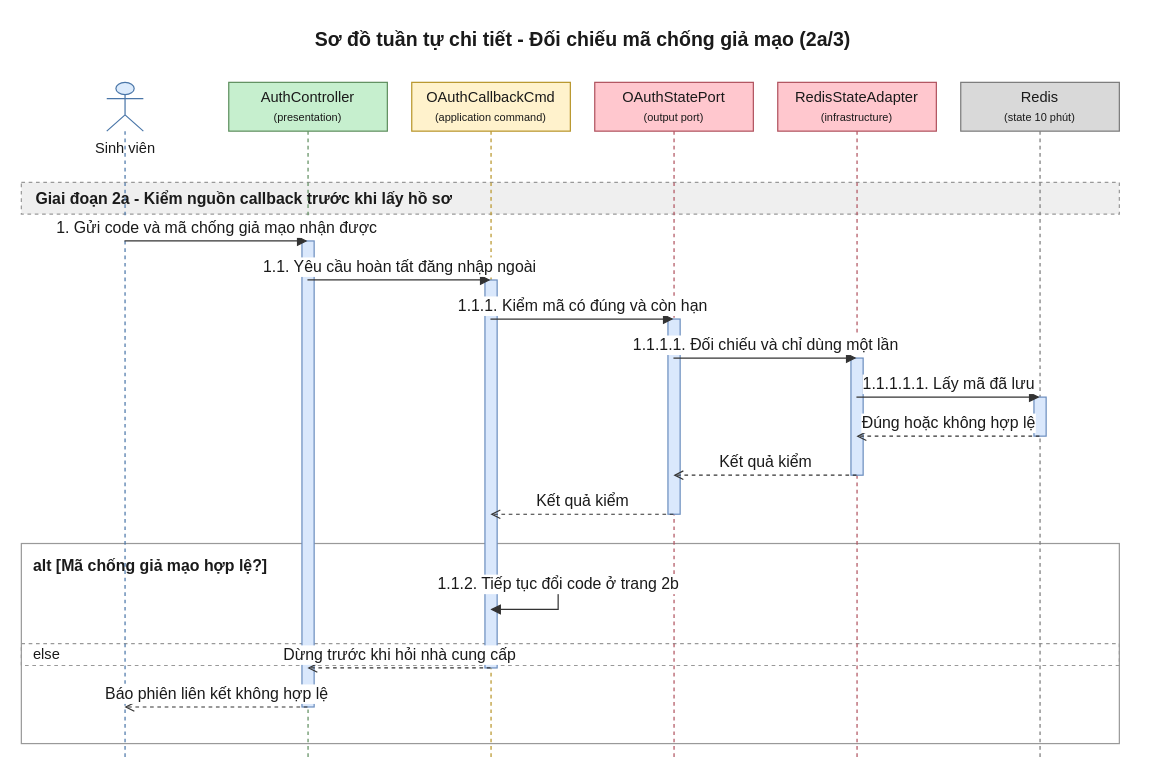
Above: 08-diagram/sequence/user/sequence_user_lien_ket_oauth_p2.drawio in daiphu1801/PRJ_ALGOPREP (draw.io), before the change. Source tidied: cells renumbered, new cells numbered last; positions are measured from the earlier drawing's top-left corner, leaving out a move shared by most shapes. Both pictures are drawn from the tidied source at 122%, with x=0, y=0 at pixel (21, 21).
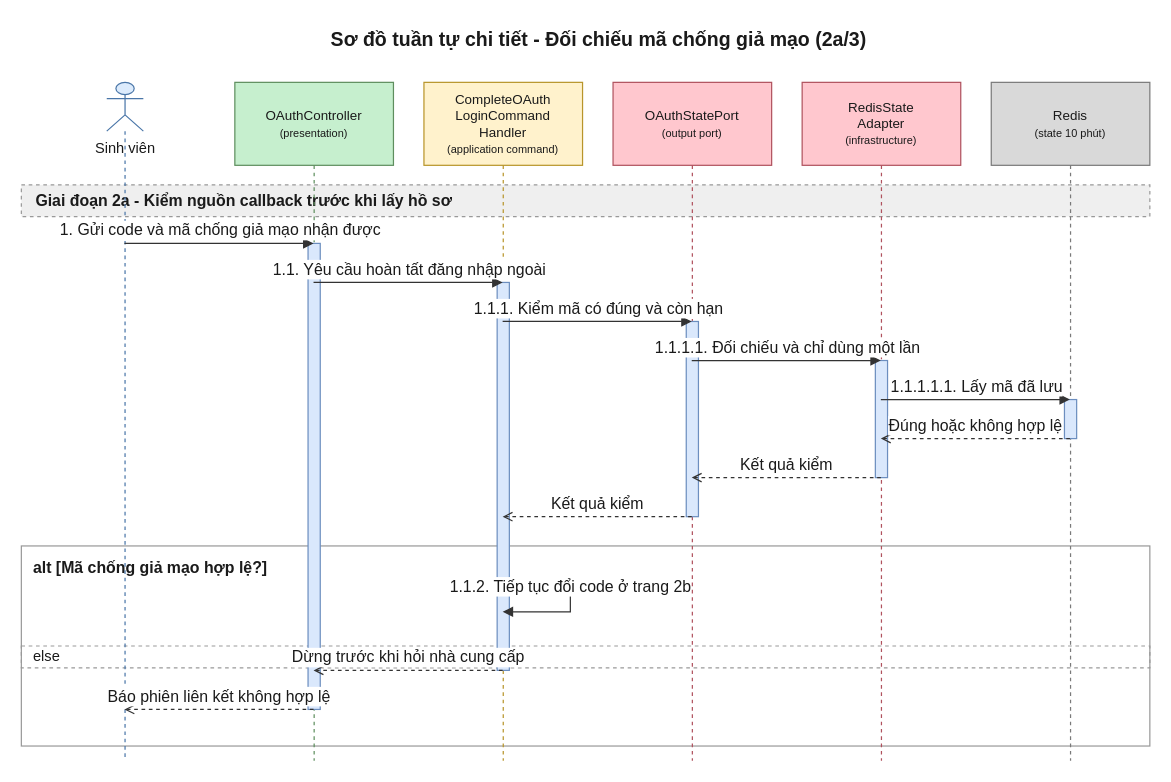
Above is the later version.

What changed in the source:
```diff
@@
     <mxCell id="2" value="Sơ đồ tuần tự chi tiết - Đối chiếu mã chống giả mạo (2a/3)" style="text;html=1;fontSize=16;fontStyle=1;align=center;verticalAlign=middle;fontColor=#1A1A1A;" parent="1" vertex="1">
-      <mxGeometry x="20" width="880" height="30" as="geometry" />
+      <mxGeometry x="20" width="905" height="30" as="geometry" />
     </mxCell>
     <mxCell id="3" value="alt [Mã chống giả mạo hợp lệ?]" style="algoprep=alt;rounded=0;whiteSpace=wrap;html=1;fillColor=none;strokeColor=#999999;verticalAlign=top;align=left;spacingLeft=8;spacingTop=4;fontColor=#1A1A1A;fontSize=13;fontStyle=1;dashed=0;" parent="1" vertex="1">
-      <mxGeometry y="428" width="900" height="164" as="geometry" />
+      <mxGeometry y="430" width="925" height="164" as="geometry" />
     </mxCell>
     <mxCell id="4" value="else" style="text;html=1;dashed=1;strokeColor=#999999;fillColor=none;align=left;verticalAlign=middle;spacingLeft=8;fontColor=#1A1A1A;fontSize=12;" parent="1" vertex="1">
-      <mxGeometry y="510" width="900" height="18" as="geometry" />
+      <mxGeometry y="512" width="925" height="18" as="geometry" />
     </mxCell>
     <mxCell id="5" value="Giai đoạn 2a - Kiểm nguồn callback trước khi lấy hồ sơ" style="algoprep=phase;rounded=0;whiteSpace=wrap;html=1;fillColor=#EFEFEF;strokeColor=#999999;dashed=1;align=left;verticalAlign=middle;spacingLeft=10;fontColor=#1A1A1A;fontSize=13;fontStyle=1;" parent="1" vertex="1">
-      <mxGeometry y="132" width="900" height="26" as="geometry" />
+      <mxGeometry y="134" width="925" height="26" as="geometry" />
     </mxCell>
     <mxCell id="6" value="Sinh viên" style="shape=umlLifeline;participant=umlActor;perimeter=lifelinePerimeter;html=1;outlineConnect=0;size=40;verticalAlign=top;spacingTop=40;fillColor=#DCEBFC;strokeColor=#4A76A8;fontColor=#1A1A1A;" parent="1" vertex="1">
-      <mxGeometry x="70" y="50" width="30" height="554" as="geometry" />
+      <mxGeometry x="70" y="50" width="30" height="556" as="geometry" />
     </mxCell>
-    <mxCell id="7" value="AuthController&lt;br&gt;&lt;font style=&quot;font-size:9px&quot;&gt;(presentation)&lt;/font&gt;" style="shape=umlLifeline;perimeter=lifelinePerimeter;whiteSpace=wrap;html=1;outlineConnect=0;size=40;fillColor=#C6EFCE;strokeColor=#5E8E5E;fontColor=#1A1A1A;" parent="1" vertex="1">
-      <mxGeometry x="170" y="50" width="130" height="554" as="geometry" />
+    <mxCell id="7" value="OAuthController&lt;br&gt;&lt;font style=&quot;font-size:9px&quot;&gt;(presentation)&lt;/font&gt;" style="shape=umlLifeline;perimeter=lifelinePerimeter;whiteSpace=wrap;html=1;outlineConnect=0;size=68;fontSize=11;fillColor=#C6EFCE;strokeColor=#5E8E5E;fontColor=#1A1A1A;" parent="1" vertex="1">
+      <mxGeometry x="175" y="50" width="130" height="556" as="geometry" />
     </mxCell>
-    <mxCell id="8" value="OAuthCallbackCmd&lt;br&gt;&lt;font style=&quot;font-size:9px&quot;&gt;(application command)&lt;/font&gt;" style="shape=umlLifeline;perimeter=lifelinePerimeter;whiteSpace=wrap;html=1;outlineConnect=0;size=40;fillColor=#FFF2CC;strokeColor=#B8952A;fontColor=#1A1A1A;" parent="1" vertex="1">
-      <mxGeometry x="320" y="50" width="130" height="554" as="geometry" />
+    <mxCell id="8" value="CompleteOAuth&lt;br&gt;LoginCommand&lt;br&gt;Handler&lt;br&gt;&lt;font style=&quot;font-size:9px&quot;&gt;(application command)&lt;/font&gt;" style="shape=umlLifeline;perimeter=lifelinePerimeter;whiteSpace=wrap;html=1;outlineConnect=0;size=68;fontSize=11;fillColor=#FFF2CC;strokeColor=#B8952A;fontColor=#1A1A1A;" parent="1" vertex="1">
+      <mxGeometry x="330" y="50" width="130" height="556" as="geometry" />
     </mxCell>
-    <mxCell id="9" value="OAuthStatePort&lt;br&gt;&lt;font style=&quot;font-size:9px&quot;&gt;(output port)&lt;/font&gt;" style="shape=umlLifeline;perimeter=lifelinePerimeter;whiteSpace=wrap;html=1;outlineConnect=0;size=40;fillColor=#FFC7CE;strokeColor=#B0525E;fontColor=#1A1A1A;" parent="1" vertex="1">
-      <mxGeometry x="470" y="50" width="130" height="554" as="geometry" />
+    <mxCell id="9" value="OAuthStatePort&lt;br&gt;&lt;font style=&quot;font-size:9px&quot;&gt;(output port)&lt;/font&gt;" style="shape=umlLifeline;perimeter=lifelinePerimeter;whiteSpace=wrap;html=1;outlineConnect=0;size=68;fontSize=11;fillColor=#FFC7CE;strokeColor=#B0525E;fontColor=#1A1A1A;" parent="1" vertex="1">
+      <mxGeometry x="485" y="50" width="130" height="556" as="geometry" />
     </mxCell>
-    <mxCell id="10" value="RedisStateAdapter&lt;br&gt;&lt;font style=&quot;font-size:9px&quot;&gt;(infrastructure)&lt;/font&gt;" style="shape=umlLifeline;perimeter=lifelinePerimeter;whiteSpace=wrap;html=1;outlineConnect=0;size=40;fillColor=#FFC7CE;strokeColor=#B0525E;fontColor=#1A1A1A;" parent="1" vertex="1">
-      <mxGeometry x="620" y="50" width="130" height="554" as="geometry" />
+    <mxCell id="10" value="RedisState&lt;br&gt;Adapter&lt;br&gt;&lt;font style=&quot;font-size:9px&quot;&gt;(infrastructure)&lt;/font&gt;" style="shape=umlLifeline;perimeter=lifelinePerimeter;whiteSpace=wrap;html=1;outlineConnect=0;size=68;fontSize=11;fillColor=#FFC7CE;strokeColor=#B0525E;fontColor=#1A1A1A;" parent="1" vertex="1">
+      <mxGeometry x="640" y="50" width="130" height="556" as="geometry" />
     </mxCell>
-    <mxCell id="11" value="Redis&lt;br&gt;&lt;font style=&quot;font-size:9px&quot;&gt;(state 10 phút)&lt;/font&gt;" style="shape=umlLifeline;perimeter=lifelinePerimeter;whiteSpace=wrap;html=1;outlineConnect=0;size=40;fillColor=#D9D9D9;strokeColor=#7A7A7A;fontColor=#1A1A1A;" parent="1" vertex="1">
-      <mxGeometry x="770" y="50" width="130" height="554" as="geometry" />
+    <mxCell id="11" value="Redis&lt;br&gt;&lt;font style=&quot;font-size:9px&quot;&gt;(state 10 phút)&lt;/font&gt;" style="shape=umlLifeline;perimeter=lifelinePerimeter;whiteSpace=wrap;html=1;outlineConnect=0;size=68;fontSize=11;fillColor=#D9D9D9;strokeColor=#7A7A7A;fontColor=#1A1A1A;" parent="1" vertex="1">
+      <mxGeometry x="795" y="50" width="130" height="556" as="geometry" />
     </mxCell>
     <mxCell id="12" style="html=1;perimeter=orthogonalPerimeter;targetShapes=umlLifeline;fillColor=#DAE8FC;strokeColor=#6C8EBF;" parent="11" vertex="1">
-      <mxGeometry x="60" y="258" width="10" height="32" as="geometry" />
+      <mxGeometry x="60" y="260" width="10" height="32" as="geometry" />
     </mxCell>
     <mxCell id="13" style="html=1;perimeter=orthogonalPerimeter;targetShapes=umlLifeline;fillColor=#DAE8FC;strokeColor=#6C8EBF;" parent="10" vertex="1">
-      <mxGeometry x="60" y="226" width="10" height="96" as="geometry" />
+      <mxGeometry x="60" y="228" width="10" height="96" as="geometry" />
     </mxCell>
     <mxCell id="14" style="html=1;perimeter=orthogonalPerimeter;targetShapes=umlLifeline;fillColor=#DAE8FC;strokeColor=#6C8EBF;" parent="9" vertex="1">
-      <mxGeometry x="60" y="194" width="10" height="160" as="geometry" />
+      <mxGeometry x="60" y="196" width="10" height="160" as="geometry" />
     </mxCell>
     <mxCell id="15" style="html=1;perimeter=orthogonalPerimeter;targetShapes=umlLifeline;fillColor=#DAE8FC;strokeColor=#6C8EBF;" parent="8" vertex="1">
-      <mxGeometry x="60" y="162" width="10" height="318" as="geometry" />
+      <mxGeometry x="60" y="164" width="10" height="318" as="geometry" />
     </mxCell>
     <mxCell id="16" style="html=1;perimeter=orthogonalPerimeter;targetShapes=umlLifeline;fillColor=#DAE8FC;strokeColor=#6C8EBF;" parent="7" vertex="1">
-      <mxGeometry x="60" y="130" width="10" height="382" as="geometry" />
+      <mxGeometry x="60" y="132" width="10" height="382" as="geometry" />
     </mxCell>
-    <mxCell id="17" value="1. Gửi code và mã chống giả mạo nhận được" style="edgeStyle=none;html=1;endArrow=block;endFill=1;strokeColor=#333333;fontColor=#1A1A1A;fontSize=13;verticalAlign=bottom;exitX=0.5;exitY=0.2347;exitDx=0;exitDy=0;entryX=0.5;entryY=0.2347;entryDx=0;entryDy=0;" parent="1" edge="1" source="6" target="7">
+    <mxCell id="17" value="1. Gửi code và mã chống giả mạo nhận được" style="edgeStyle=none;html=1;endArrow=block;endFill=1;strokeColor=#333333;fontColor=#1A1A1A;fontSize=13;verticalAlign=bottom;exitX=0.5;exitY=0.2374;exitDx=0;exitDy=0;entryX=0.5;entryY=0.2374;entryDx=0;entryDy=0;" parent="1" edge="1" source="6" target="7">
       <mxGeometry relative="1" as="geometry" />
     </mxCell>
-    <mxCell id="18" value="1.1. Yêu cầu hoàn tất đăng nhập ngoài" style="edgeStyle=none;html=1;endArrow=block;endFill=1;strokeColor=#333333;fontColor=#1A1A1A;fontSize=13;verticalAlign=bottom;exitX=0.5;exitY=0.2924;exitDx=0;exitDy=0;entryX=0.5;entryY=0.2924;entryDx=0;entryDy=0;" parent="1" edge="1" source="7" target="8">
+    <mxCell id="18" value="1.1. Yêu cầu hoàn tất đăng nhập ngoài" style="edgeStyle=none;html=1;endArrow=block;endFill=1;strokeColor=#333333;fontColor=#1A1A1A;fontSize=13;verticalAlign=bottom;exitX=0.5;exitY=0.2950;exitDx=0;exitDy=0;entryX=0.5;entryY=0.2950;entryDx=0;entryDy=0;" parent="1" edge="1" source="7" target="8">
       <mxGeometry relative="1" as="geometry" />
     </mxCell>
-    <mxCell id="19" value="1.1.1. Kiểm mã có đúng và còn hạn" style="edgeStyle=none;html=1;endArrow=block;endFill=1;strokeColor=#333333;fontColor=#1A1A1A;fontSize=13;verticalAlign=bottom;exitX=0.5;exitY=0.3502;exitDx=0;exitDy=0;entryX=0.5;entryY=0.3502;entryDx=0;entryDy=0;" parent="1" edge="1" source="8" target="9">
+    <mxCell id="19" value="1.1.1. Kiểm mã có đúng và còn hạn" style="edgeStyle=none;html=1;endArrow=block;endFill=1;strokeColor=#333333;fontColor=#1A1A1A;fontSize=13;verticalAlign=bottom;exitX=0.5;exitY=0.3525;exitDx=0;exitDy=0;entryX=0.5;entryY=0.3525;entryDx=0;entryDy=0;" parent="1" edge="1" source="8" target="9">
       <mxGeometry relative="1" as="geometry" />
     </mxCell>
-    <mxCell id="20" value="1.1.1.1. Đối chiếu và chỉ dùng một lần" style="edgeStyle=none;html=1;endArrow=block;endFill=1;strokeColor=#333333;fontColor=#1A1A1A;fontSize=13;verticalAlign=bottom;exitX=0.5;exitY=0.4079;exitDx=0;exitDy=0;entryX=0.5;entryY=0.4079;entryDx=0;entryDy=0;" parent="1" edge="1" source="9" target="10">
+    <mxCell id="20" value="1.1.1.1. Đối chiếu và chỉ dùng một lần" style="edgeStyle=none;html=1;endArrow=block;endFill=1;strokeColor=#333333;fontColor=#1A1A1A;fontSize=13;verticalAlign=bottom;exitX=0.5;exitY=0.4101;exitDx=0;exitDy=0;entryX=0.5;entryY=0.4101;entryDx=0;entryDy=0;" parent="1" edge="1" source="9" target="10">
       <mxGeometry relative="1" as="geometry" />
     </mxCell>
-    <mxCell id="21" value="1.1.1.1.1. Lấy mã đã lưu" style="edgeStyle=none;html=1;endArrow=block;endFill=1;strokeColor=#333333;fontColor=#1A1A1A;fontSize=13;verticalAlign=bottom;exitX=0.5;exitY=0.4657;exitDx=0;exitDy=0;entryX=0.5;entryY=0.4657;entryDx=0;entryDy=0;" parent="1" edge="1" source="10" target="11">
+    <mxCell id="21" value="1.1.1.1.1. Lấy mã đã lưu" style="edgeStyle=none;html=1;endArrow=block;endFill=1;strokeColor=#333333;fontColor=#1A1A1A;fontSize=13;verticalAlign=bottom;exitX=0.5;exitY=0.4676;exitDx=0;exitDy=0;entryX=0.5;entryY=0.4676;entryDx=0;entryDy=0;" parent="1" edge="1" source="10" target="11">
       <mxGeometry relative="1" as="geometry" />
     </mxCell>
-    <mxCell id="22" value="Đúng hoặc không hợp lệ" style="edgeStyle=none;html=1;endArrow=open;endFill=0;dashed=1;strokeColor=#333333;fontColor=#1A1A1A;fontSize=13;verticalAlign=bottom;exitX=0.5;exitY=0.5235;exitDx=0;exitDy=0;entryX=0.5;entryY=0.5235;entryDx=0;entryDy=0;" parent="1" edge="1" source="11" target="10">
+    <mxCell id="22" value="Đúng hoặc không hợp lệ" style="edgeStyle=none;html=1;endArrow=open;endFill=0;dashed=1;strokeColor=#333333;fontColor=#1A1A1A;fontSize=13;verticalAlign=bottom;exitX=0.5;exitY=0.5252;exitDx=0;exitDy=0;entryX=0.5;entryY=0.5252;entryDx=0;entryDy=0;" parent="1" edge="1" source="11" target="10">
       <mxGeometry relative="1" as="geometry" />
     </mxCell>
-    <mxCell id="23" value="Kết quả kiểm" style="edgeStyle=none;html=1;endArrow=open;endFill=0;dashed=1;strokeColor=#333333;fontColor=#1A1A1A;fontSize=13;verticalAlign=bottom;exitX=0.5;exitY=0.5812;exitDx=0;exitDy=0;entryX=0.5;entryY=0.5812;entryDx=0;entryDy=0;" parent="1" edge="1" source="10" target="9">
+    <mxCell id="23" value="Kết quả kiểm" style="edgeStyle=none;html=1;endArrow=open;endFill=0;dashed=1;strokeColor=#333333;fontColor=#1A1A1A;fontSize=13;verticalAlign=bottom;exitX=0.5;exitY=0.5827;exitDx=0;exitDy=0;entryX=0.5;entryY=0.5827;entryDx=0;entryDy=0;" parent="1" edge="1" source="10" target="9">
       <mxGeometry relative="1" as="geometry" />
     </mxCell>
-    <mxCell id="24" value="Kết quả kiểm" style="edgeStyle=none;html=1;endArrow=open;endFill=0;dashed=1;strokeColor=#333333;fontColor=#1A1A1A;fontSize=13;verticalAlign=bottom;exitX=0.5;exitY=0.6390;exitDx=0;exitDy=0;entryX=0.5;entryY=0.6390;entryDx=0;entryDy=0;" parent="1" edge="1" source="9" target="8">
+    <mxCell id="24" value="Kết quả kiểm" style="edgeStyle=none;html=1;endArrow=open;endFill=0;dashed=1;strokeColor=#333333;fontColor=#1A1A1A;fontSize=13;verticalAlign=bottom;exitX=0.5;exitY=0.6403;exitDx=0;exitDy=0;entryX=0.5;entryY=0.6403;entryDx=0;entryDy=0;" parent="1" edge="1" source="9" target="8">
       <mxGeometry relative="1" as="geometry" />
     </mxCell>
-    <mxCell id="25" value="1.1.2. Tiếp tục đổi code ở trang 2b" style="edgeStyle=orthogonalEdgeStyle;rounded=0;html=1;endArrow=block;endFill=1;strokeColor=#333333;fontColor=#1A1A1A;fontSize=13;verticalAlign=bottom;exitX=0.5;exitY=0.7437;exitDx=0;exitDy=0;entryX=0.5;entryY=0.7798;entryDx=0;entryDy=0;" parent="1" edge="1" source="8" target="8">
+    <mxCell id="25" value="1.1.2. Tiếp tục đổi code ở trang 2b" style="edgeStyle=orthogonalEdgeStyle;rounded=0;html=1;endArrow=block;endFill=1;strokeColor=#333333;fontColor=#1A1A1A;fontSize=13;verticalAlign=bottom;exitX=0.5;exitY=0.7446;exitDx=0;exitDy=0;entryX=0.5;entryY=0.7806;entryDx=0;entryDy=0;" parent="1" edge="1" source="8" target="8">
       <mxGeometry relative="1" as="geometry">
         <Array as="points">
-          <mxPoint x="440" y="462" />
-          <mxPoint x="440" y="482" />
+          <mxPoint x="450" y="464" />
+          <mxPoint x="450" y="484" />
         </Array>
       </mxGeometry>
     </mxCell>
-    <mxCell id="26" value="Dừng trước khi hỏi nhà cung cấp" style="edgeStyle=none;html=1;endArrow=open;endFill=0;dashed=1;strokeColor=#333333;fontColor=#1A1A1A;fontSize=13;verticalAlign=bottom;exitX=0.5;exitY=0.8664;exitDx=0;exitDy=0;entryX=0.5;entryY=0.8664;entryDx=0;entryDy=0;" parent="1" edge="1" source="8" target="7">
+    <mxCell id="26" value="Dừng trước khi hỏi nhà cung cấp" style="edgeStyle=none;html=1;endArrow=open;endFill=0;dashed=1;strokeColor=#333333;fontColor=#1A1A1A;fontSize=13;verticalAlign=bottom;exitX=0.5;exitY=0.8669;exitDx=0;exitDy=0;entryX=0.5;entryY=0.8669;entryDx=0;entryDy=0;" parent="1" edge="1" source="8" target="7">
       <mxGeometry relative="1" as="geometry" />
     </mxCell>
-    <mxCell id="27" value="Báo phiên liên kết không hợp lệ" style="edgeStyle=none;html=1;endArrow=open;endFill=0;dashed=1;strokeColor=#333333;fontColor=#1A1A1A;fontSize=13;verticalAlign=bottom;exitX=0.5;exitY=0.9242;exitDx=0;exitDy=0;entryX=0.5;entryY=0.9242;entryDx=0;entryDy=0;" parent="1" edge="1" source="7" target="6">
+    <mxCell id="27" value="Báo phiên liên kết không hợp lệ" style="edgeStyle=none;html=1;endArrow=open;endFill=0;dashed=1;strokeColor=#333333;fontColor=#1A1A1A;fontSize=13;verticalAlign=bottom;exitX=0.5;exitY=0.9245;exitDx=0;exitDy=0;entryX=0.5;entryY=0.9245;entryDx=0;entryDy=0;" parent="1" edge="1" source="7" target="6">
       <mxGeometry relative="1" as="geometry" />
     </mxCell>
```
